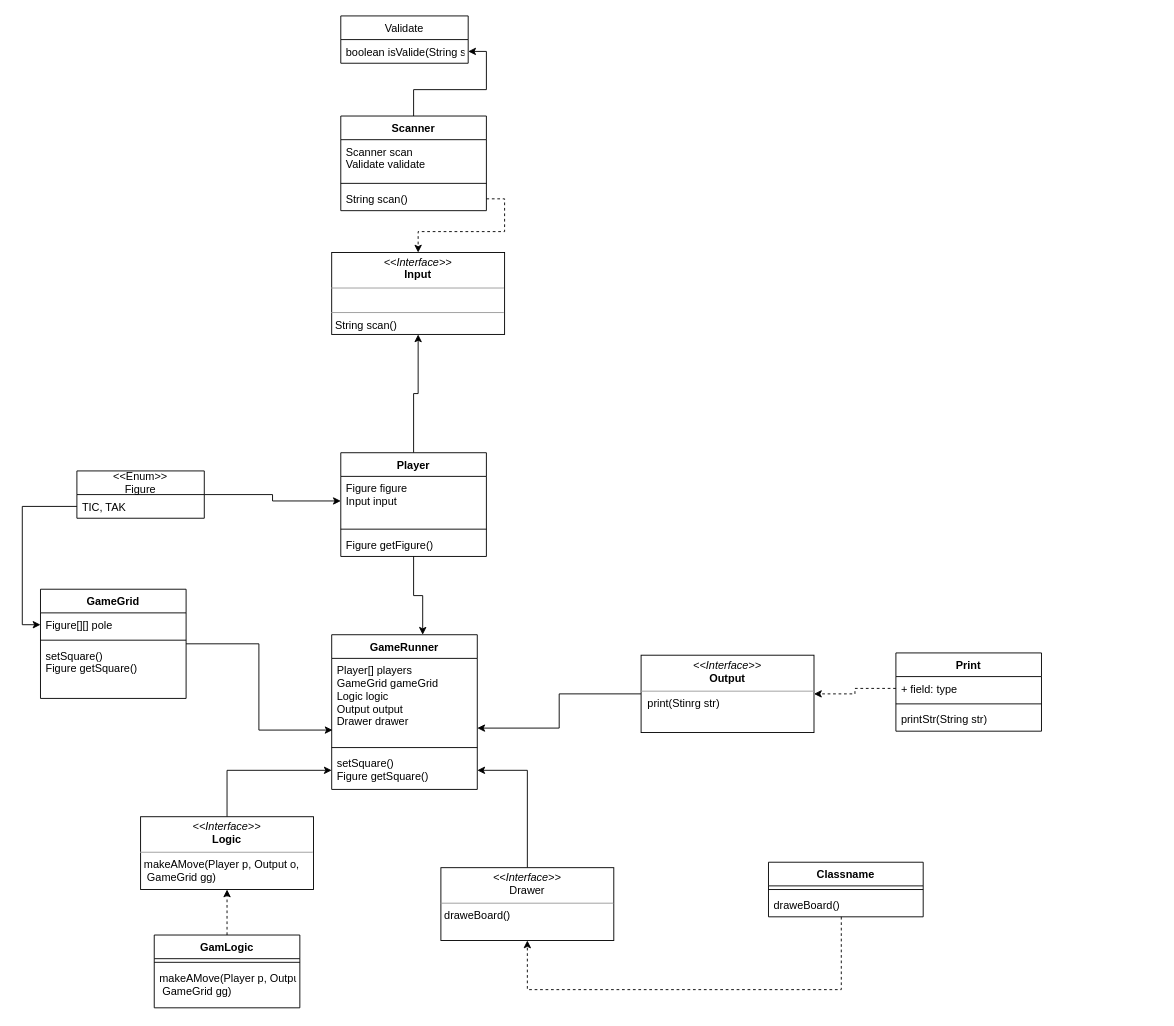
RamonOga/job4j_design keeps this draw.io diagram as chapter_004/Untitled Diagram.drawio. Above is the earlier version. Source tidied: cells renumbered, new cells numbered last; positions are measured from the earlier drawing's top-left corner, leaving out a move shared by most shapes. Both pictures are drawn from the tidied source at 91%, with x=0, y=0 at pixel (40, 15).
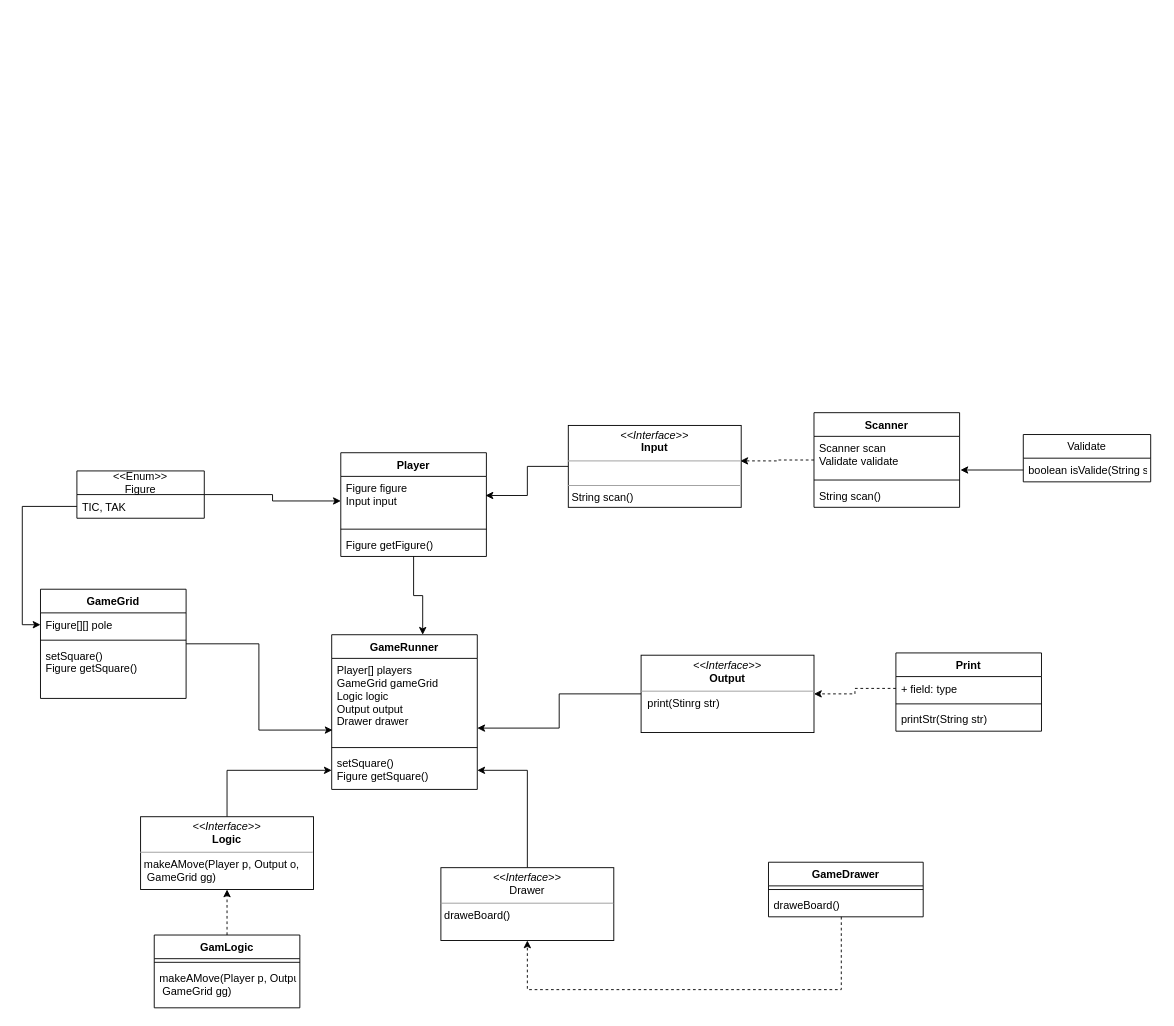
The same page after the edit.

The change refers to these unchanged cells:
```xml
<mxCell id="3" value="boolean isValide(String str)" style="text;strokeColor=none;fillColor=none;align=left;verticalAlign=top;spacingLeft=4;spacingRight=4;overflow=hidden;points=[[0,0.5],[1,0.5]];portConstraint=eastwest;" parent="2" vertex="1">
  <mxGeometry y="26" width="140" height="26" as="geometry" />
</mxCell>
<mxCell id="6" value="Scanner scan&#10;Validate validate" style="text;strokeColor=none;fillColor=none;align=left;verticalAlign=top;spacingLeft=4;spacingRight=4;overflow=hidden;points=[[0,0.5],[1,0.5]];portConstraint=eastwest;" parent="5" vertex="1">
  <mxGeometry y="26" width="160" height="44" as="geometry" />
</mxCell>
<mxCell id="8" value="String scan()" style="text;strokeColor=none;fillColor=none;align=left;verticalAlign=top;spacingLeft=4;spacingRight=4;overflow=hidden;points=[[0,0.5],[1,0.5]];portConstraint=eastwest;" parent="5" vertex="1">
  <mxGeometry y="78" width="160" height="26" as="geometry" />
</mxCell>
<mxCell id="12" value="Player" style="swimlane;fontStyle=1;align=center;verticalAlign=top;horizontal=1;startSize=26;" parent="1" vertex="1">
  <mxGeometry x="330" y="480" width="160" height="114" as="geometry" />
</mxCell>
<mxCell id="13" value="Figure figure&#10;Input input" style="text;strokeColor=none;fillColor=none;align=left;verticalAlign=top;spacingLeft=4;spacingRight=4;overflow=hidden;points=[[0,0.5],[1,0.5]];portConstraint=eastwest;" parent="12" vertex="1">
  <mxGeometry y="26" width="160" height="54" as="geometry" />
</mxCell>
```

The edit, as a diff of the source:
```diff
@@
     <mxCell id="2" value="Validate" style="swimlane;fontStyle=0;horizontal=1;startSize=26;fillColor=none;" parent="1" vertex="1">
-      <mxGeometry x="330" width="140" height="52" as="geometry" />
+      <mxGeometry x="1080" y="460" width="140" height="52" as="geometry" />
     </mxCell>
@@
-    <mxCell id="4" style="edgeStyle=orthogonalEdgeStyle;rounded=0;jettySize=auto;html=1;exitX=0.5;exitY=0;exitDx=0;exitDy=0;entryX=1;entryY=0.5;entryDx=0;entryDy=0;" parent="1" edge="1" source="5" target="3">
-      <mxGeometry relative="1" as="geometry" />
-    </mxCell>
+    <mxCell id="49" style="edgeStyle=orthogonalEdgeStyle;rounded=0;jettySize=auto;html=1;entryX=0.995;entryY=0.433;entryDx=0;entryDy=0;entryPerimeter=0;dashed=1;" parent="1" edge="1" source="5" target="9">
+      <mxGeometry relative="1" as="geometry" />
+    </mxCell>
     <mxCell id="5" value="Scanner" style="swimlane;fontStyle=1;align=center;verticalAlign=top;horizontal=1;startSize=26;" parent="1" vertex="1">
-      <mxGeometry x="330" y="110" width="160" height="104" as="geometry" />
+      <mxGeometry x="850" y="436" width="160" height="104" as="geometry" />
     </mxCell>
@@
+    <mxCell id="50" style="edgeStyle=orthogonalEdgeStyle;rounded=0;jettySize=auto;html=1;entryX=0.994;entryY=0.389;entryDx=0;entryDy=0;entryPerimeter=0;" parent="1" edge="1" source="9" target="13">
+      <mxGeometry relative="1" as="geometry" />
+    </mxCell>
     <mxCell id="9" value="&lt;p style=&quot;margin: 0px ; margin-top: 4px ; text-align: center&quot;&gt;&lt;i&gt;&amp;lt;&amp;lt;Interface&amp;gt;&amp;gt;&lt;/i&gt;&lt;br&gt;&lt;b&gt;Input&lt;/b&gt;&lt;/p&gt;&lt;hr size=&quot;1&quot;&gt;&lt;p style=&quot;margin: 0px ; margin-left: 4px&quot;&gt;&lt;br&gt;&lt;/p&gt;&lt;hr size=&quot;1&quot;&gt;&lt;p style=&quot;margin: 0px ; margin-left: 4px&quot;&gt;String scan()&lt;/p&gt;" style="verticalAlign=top;align=left;overflow=fill;fontSize=12;fontFamily=Helvetica;html=1;" parent="1" vertex="1">
-      <mxGeometry x="320" y="260" width="190" height="90" as="geometry" />
+      <mxGeometry x="580" y="450" width="190" height="90" as="geometry" />
     </mxCell>
-    <mxCell id="10" style="edgeStyle=orthogonalEdgeStyle;rounded=0;jettySize=auto;html=1;exitX=0.5;exitY=0;exitDx=0;exitDy=0;entryX=0.5;entryY=1;entryDx=0;entryDy=0;" parent="1" edge="1" source="12" target="9">
-      <mxGeometry relative="1" as="geometry" />
-    </mxCell>
@@
-    <mxCell id="40" style="edgeStyle=orthogonalEdgeStyle;rounded=0;jettySize=auto;html=1;exitX=1;exitY=0.5;exitDx=0;exitDy=0;dashed=1;" parent="1" edge="1" source="8" target="9">
-      <mxGeometry relative="1" as="geometry" />
-    </mxCell>
@@
-    <mxCell id="46" value="Classname" style="swimlane;fontStyle=1;align=center;verticalAlign=top;horizontal=1;startSize=26;" parent="1" vertex="1">
+    <mxCell id="46" value="GameDrawer" style="swimlane;fontStyle=1;align=center;verticalAlign=top;horizontal=1;startSize=26;" parent="1" vertex="1">
       <mxGeometry x="800" y="930" width="170" height="60" as="geometry" />
     </mxCell>
@@
+    <mxCell id="51" style="edgeStyle=orthogonalEdgeStyle;rounded=0;jettySize=auto;html=1;entryX=1.006;entryY=0.841;entryDx=0;entryDy=0;entryPerimeter=0;" parent="1" edge="1" source="3" target="6">
+      <mxGeometry relative="1" as="geometry" />
+    </mxCell>
```
